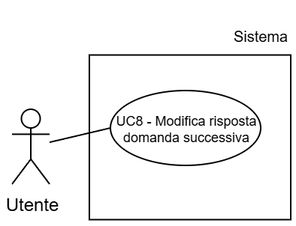
Before: Tutti i documenti/Assets/Diagrammi/UC8.png, a diagram exported from draw.io (AtlasTeam9/Documenti). Source tidied: cells renumbered, new cells last; positions are measured from the earlier drawing's top-left corner, leaving out a move shared by most shapes.
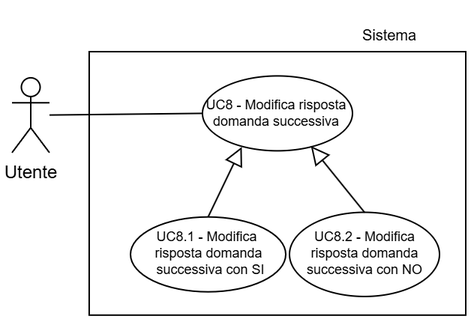
After the change.

The edit, as a diff of the source:
```diff
@@ -3,19 +3,31 @@
     <mxCell id="0" />
     <mxCell id="1" parent="0" />
     <mxCell id="2" value="Sistema" style="text;html=1;whiteSpace=wrap;strokeColor=none;fillColor=none;align=center;verticalAlign=middle;rounded=0;fontFamily=Helvetica;fontSize=10;fontColor=light-dark(#000000,#000000);labelBackgroundColor=none;" parent="1" vertex="1">
-      <mxGeometry x="144.5" width="41" height="41.9" as="geometry" />
+      <mxGeometry x="349" y="-691.9" width="41" height="41.9" as="geometry" />
     </mxCell>
     <mxCell id="3" style="whiteSpace=wrap;html=1;strokeColor=light-dark(#000000,#000000);align=center;verticalAlign=top;fontFamily=Helvetica;fontSize=12;fontColor=default;fillColor=light-dark(#FFFFFF,#FFFFFF);strokeWidth=1;" parent="1" vertex="1">
-      <mxGeometry x="51.5" y="33.8" width="134" height="110" as="geometry" />
+      <mxGeometry x="169" y="-660" width="251" height="175.9" as="geometry" />
     </mxCell>
     <mxCell id="4" value="&lt;font style=&quot;color: light-dark(rgb(0, 0, 0), rgb(0, 0, 0));&quot;&gt;Utente&lt;/font&gt;" style="shape=umlActor;verticalLabelPosition=bottom;verticalAlign=top;html=1;outlineConnect=0;strokeColor=light-dark(#000000,#000000);fillColor=light-dark(#FFFFFF,transparent);" parent="1" vertex="1">
-      <mxGeometry y="70" width="25" height="50" as="geometry" />
+      <mxGeometry x="117.5" y="-642.5" width="25" height="50" as="geometry" />
     </mxCell>
     <mxCell id="5" value="&lt;font style=&quot;color: light-dark(rgb(0, 0, 0), rgb(0, 0, 0)); line-height: 100%;&quot;&gt;UC8 - Modifica risposta domanda successiva&lt;/font&gt;" style="ellipse;whiteSpace=wrap;html=1;strokeColor=light-dark(#000000,#000000);align=center;verticalAlign=middle;fontFamily=Helvetica;fontSize=9;fontColor=default;fillColor=light-dark(#FFFFFF, #ffffff);" parent="1" vertex="1">
-      <mxGeometry x="65.5" y="57.5" width="100" height="50" as="geometry" />
+      <mxGeometry x="244.5" y="-643.8" width="100" height="50" as="geometry" />
     </mxCell>
     <mxCell id="6" style="rounded=0;jettySize=auto;html=1;exitX=0;exitY=0.5;exitDx=0;exitDy=0;strokeColor=light-dark(#000000,#000000);endArrow=none;endFill=0;" parent="1" edge="1" source="5" target="4">
       <mxGeometry relative="1" as="geometry" />
     </mxCell>
+    <mxCell id="7" value=" " style="endArrow=block;endFill=0;html=1;rounded=0;strokeWidth=1;entryX=0.262;entryY=0.948;entryDx=0;entryDy=0;exitX=0.5;exitY=0;exitDx=0;exitDy=0;startArrow=none;startFill=0;endSize=10;strokeColor=light-dark(#000000,#000000);entryPerimeter=0;" parent="1" edge="1" source="8" target="5">
+      <mxGeometry relative="1" as="geometry" />
+    </mxCell>
+    <mxCell id="8" value="&lt;font style=&quot;color: light-dark(rgb(0, 0, 0), rgb(0, 0, 0)); line-height: 100%;&quot;&gt;UC8.1 -&amp;nbsp;&lt;/font&gt;&lt;span&gt;&lt;font style=&quot;color: light-dark(rgb(0, 0, 0), rgb(0, 0, 0));&quot;&gt;Modifica&amp;nbsp;&lt;/font&gt;&lt;/span&gt;&lt;div&gt;&lt;span&gt;&lt;font style=&quot;color: light-dark(rgb(0, 0, 0), rgb(0, 0, 0));&quot;&gt;risposta domanda&lt;/font&gt;&lt;/span&gt;&lt;/div&gt;&lt;div&gt;&lt;span&gt;&lt;font style=&quot;color: light-dark(rgb(0, 0, 0), rgb(0, 0, 0));&quot;&gt;&amp;nbsp;&lt;/font&gt;&lt;/span&gt;&lt;span style=&quot;color: rgb(0, 0, 0);&quot;&gt;&lt;font style=&quot;color: light-dark(rgb(0, 0, 0), rgb(0, 0, 0));&quot;&gt;successiva&lt;/font&gt;&lt;/span&gt;&lt;span style=&quot;color: rgb(0, 0, 0);&quot;&gt;&amp;nbsp;&lt;/span&gt;&lt;span&gt;&lt;font style=&quot;color: light-dark(rgb(0, 0, 0), rgb(0, 0, 0));&quot;&gt;con SI&lt;/font&gt;&lt;/span&gt;&lt;/div&gt;" style="ellipse;whiteSpace=wrap;html=1;strokeColor=light-dark(#000000,#000000);align=center;verticalAlign=middle;fontFamily=Helvetica;fontSize=9;fontColor=default;fillColor=light-dark(#FFFFFF,#FFFFFF);" parent="1" vertex="1">
+      <mxGeometry x="196.5" y="-549.6" width="103.5" height="50" as="geometry" />
+    </mxCell>
+    <mxCell id="9" value="&lt;font style=&quot;color: light-dark(rgb(0, 0, 0), rgb(0, 0, 0)); line-height: 100%;&quot;&gt;UC8.2 -&amp;nbsp;&lt;/font&gt;&lt;span&gt;&lt;font style=&quot;color: light-dark(rgb(0, 0, 0), rgb(0, 0, 0));&quot;&gt;Modifica risposta domanda successiva con NO&lt;/font&gt;&lt;/span&gt;" style="ellipse;whiteSpace=wrap;html=1;strokeColor=light-dark(#000000,#000000);align=center;verticalAlign=middle;fontFamily=Helvetica;fontSize=9;fontColor=default;fillColor=light-dark(#FFFFFF,#FFFFFF);" parent="1" vertex="1">
+      <mxGeometry x="302.5" y="-552.7" width="100" height="56.2" as="geometry" />
+    </mxCell>
+    <mxCell id="10" style="endArrow=block;endFill=0;html=1;rounded=0;strokeWidth=1;entryX=0.723;entryY=0.936;entryDx=0;entryDy=0;entryPerimeter=0;exitX=0.5;exitY=0;exitDx=0;exitDy=0;startArrow=none;startFill=0;endSize=10;strokeColor=light-dark(#000000,#000000);" parent="1" edge="1" source="9" target="5">
+      <mxGeometry relative="1" as="geometry" />
+    </mxCell>
   </root>
 </mxGraphModel>
```
